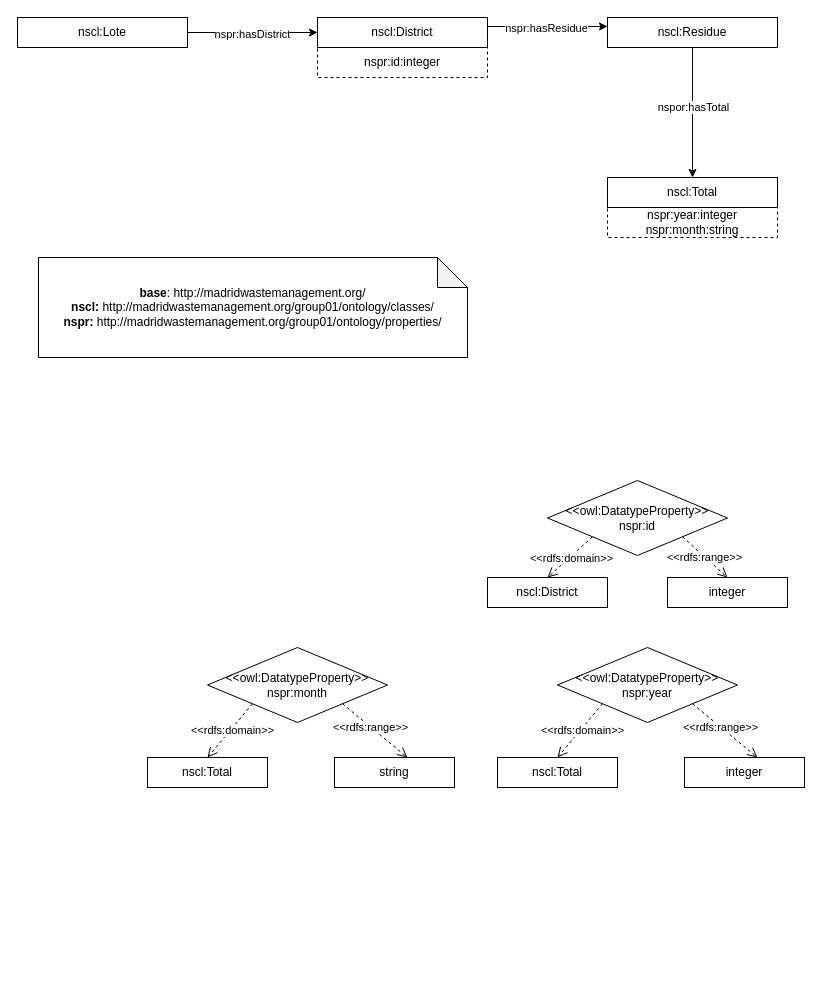
The draw.io diagram HandsOn/Group01/ontology/WasteManagement.drawio in FacultadInformatica-LinkedData/Curso2023-2024-ODKG, before the edit. Source tidied: cells renumbered, new cells numbered last; positions are measured from the earlier drawing's top-left corner, leaving out a move shared by most shapes. Both pictures are drawn from the tidied source at 100%, with x=0, y=0 at pixel (17, 17).
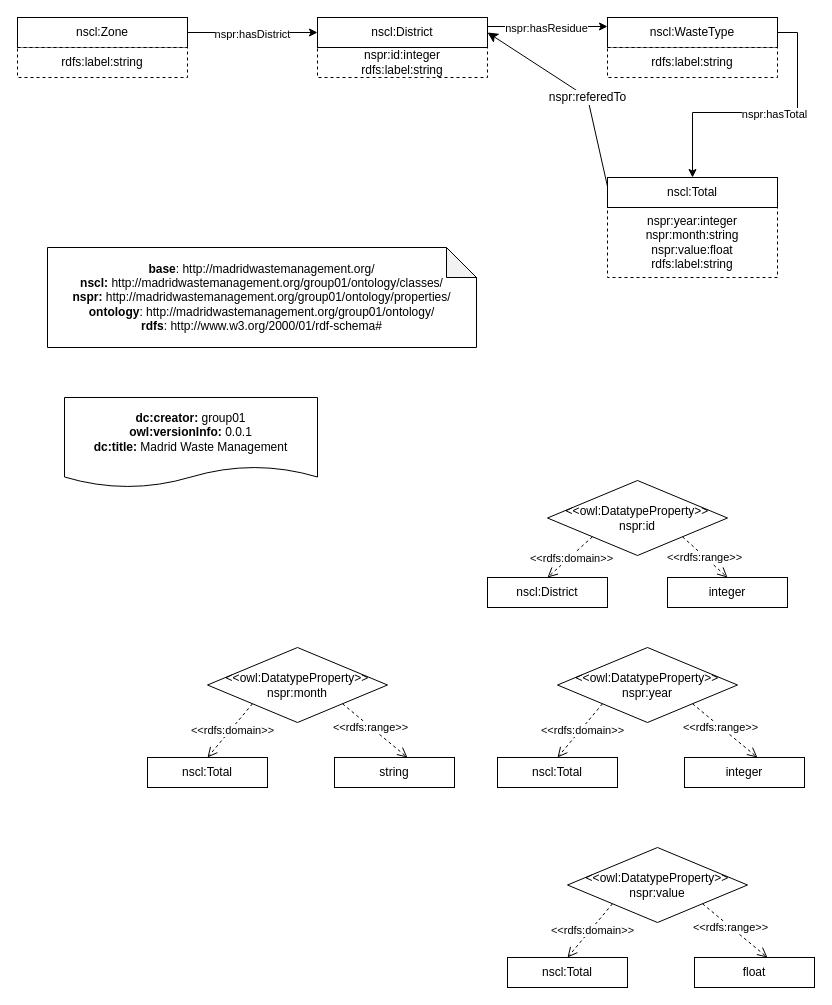
The same page after the edit.

Commit message (it also covers changes not shown here):
update ontology ttl, diagram and example

The change refers to these unchanged cells:
```xml
<mxCell id="3" value="nscl:District" style="rounded=0;whiteSpace=wrap;html=1;snapToPoint=1;points=[[0.1,0],[0.2,0],[0.3,0],[0.4,0],[0.5,0],[0.6,0],[0.7,0],[0.8,0],[0.9,0],[0,0.1],[0,0.3],[0,0.5],[0,0.7],[0,0.9],[0.1,1],[0.2,1],[0.3,1],[0.4,1],[0.5,1],[0.6,1],[0.7,1],[0.8,1],[0.9,1],[1,0.1],[1,0.3],[1,0.5],[1,0.7],[1,0.9]];" parent="1" vertex="1">
  <mxGeometry x="300" width="170" height="30" as="geometry" />
</mxCell>
<mxCell id="10" value="nscl:Total" style="rounded=0;whiteSpace=wrap;html=1;snapToPoint=1;points=[[0.1,0],[0.2,0],[0.3,0],[0.4,0],[0.5,0],[0.6,0],[0.7,0],[0.8,0],[0.9,0],[0,0.1],[0,0.3],[0,0.5],[0,0.7],[0,0.9],[0.1,1],[0.2,1],[0.3,1],[0.4,1],[0.5,1],[0.6,1],[0.7,1],[0.8,1],[0.9,1],[1,0.1],[1,0.3],[1,0.5],[1,0.7],[1,0.9]];" parent="1" vertex="1">
  <mxGeometry x="590" y="160" width="170" height="30" as="geometry" />
</mxCell>
```

What changed in the source:
```diff
@@
-    <mxCell id="2" value="nspr:id:integer" style="rounded=0;whiteSpace=wrap;html=1;dashed=1;" parent="1" vertex="1">
+    <mxCell id="2" value="nspr:id:integer&lt;br&gt;rdfs:label:string" style="rounded=0;whiteSpace=wrap;html=1;dashed=1;" parent="1" vertex="1">
       <mxGeometry x="300" y="30" width="170" height="30" as="geometry" />
     </mxCell>
@@
-    <mxCell id="4" style="edgeStyle=orthogonalEdgeStyle;rounded=0;jettySize=auto;html=1;entryX=0.5;entryY=0;entryDx=0;entryDy=0;exitX=0.5;exitY=1;exitDx=0;exitDy=0;" parent="1" edge="1" source="6" target="10">
+    <mxCell id="4" style="edgeStyle=orthogonalEdgeStyle;rounded=0;jettySize=auto;html=1;entryX=0.5;entryY=0;entryDx=0;entryDy=0;exitX=1;exitY=0.5;exitDx=0;exitDy=0;" parent="1" edge="1" source="6" target="10">
       <mxGeometry relative="1" as="geometry" />
     </mxCell>
-    <mxCell id="5" value="nspor:hasTotal" style="edgeLabel;html=1;align=center;verticalAlign=middle;" parent="4" vertex="1">
+    <mxCell id="5" value="nspr:hasTotal" style="edgeLabel;html=1;align=center;verticalAlign=middle;" parent="4" vertex="1">
       <mxGeometry x="-0.09" y="1" relative="1" as="geometry">
         <mxPoint x="-1" as="offset" />
       </mxGeometry>
     </mxCell>
-    <mxCell id="6" value="nscl:Residue" style="rounded=0;whiteSpace=wrap;html=1;snapToPoint=1;points=[[0.1,0],[0.2,0],[0.3,0],[0.4,0],[0.5,0],[0.6,0],[0.7,0],[0.8,0],[0.9,0],[0,0.1],[0,0.3],[0,0.5],[0,0.7],[0,0.9],[0.1,1],[0.2,1],[0.3,1],[0.4,1],[0.5,1],[0.6,1],[0.7,1],[0.8,1],[0.9,1],[1,0.1],[1,0.3],[1,0.5],[1,0.7],[1,0.9]];" parent="1" vertex="1">
+    <mxCell id="6" value="nscl:WasteType" style="rounded=0;whiteSpace=wrap;html=1;snapToPoint=1;points=[[0.1,0],[0.2,0],[0.3,0],[0.4,0],[0.5,0],[0.6,0],[0.7,0],[0.8,0],[0.9,0],[0,0.1],[0,0.3],[0,0.5],[0,0.7],[0,0.9],[0.1,1],[0.2,1],[0.3,1],[0.4,1],[0.5,1],[0.6,1],[0.7,1],[0.8,1],[0.9,1],[1,0.1],[1,0.3],[1,0.5],[1,0.7],[1,0.9]];" parent="1" vertex="1">
       <mxGeometry x="590" width="170" height="30" as="geometry" />
     </mxCell>
@@
-    <mxCell id="9" value="nspr:year:integer&lt;br&gt;nspr:month:string" style="rounded=0;whiteSpace=wrap;html=1;dashed=1;" parent="1" vertex="1">
-      <mxGeometry x="590" y="190" width="170" height="30" as="geometry" />
+    <mxCell id="9" value="nspr:year:integer&lt;br&gt;nspr:month:string&lt;br&gt;nspr:value:float&lt;br&gt;rdfs:label:string" style="rounded=0;whiteSpace=wrap;html=1;dashed=1;" parent="1" vertex="1">
+      <mxGeometry x="590" y="190" width="170" height="70" as="geometry" />
     </mxCell>
@@
-    <mxCell id="13" value="nscl:Lote" style="rounded=0;whiteSpace=wrap;html=1;snapToPoint=1;points=[[0.1,0],[0.2,0],[0.3,0],[0.4,0],[0.5,0],[0.6,0],[0.7,0],[0.8,0],[0.9,0],[0,0.1],[0,0.3],[0,0.5],[0,0.7],[0,0.9],[0.1,1],[0.2,1],[0.3,1],[0.4,1],[0.5,1],[0.6,1],[0.7,1],[0.8,1],[0.9,1],[1,0.1],[1,0.3],[1,0.5],[1,0.7],[1,0.9]];" parent="1" vertex="1">
+    <mxCell id="13" value="nscl:Zone" style="rounded=0;whiteSpace=wrap;html=1;snapToPoint=1;points=[[0.1,0],[0.2,0],[0.3,0],[0.4,0],[0.5,0],[0.6,0],[0.7,0],[0.8,0],[0.9,0],[0,0.1],[0,0.3],[0,0.5],[0,0.7],[0,0.9],[0.1,1],[0.2,1],[0.3,1],[0.4,1],[0.5,1],[0.6,1],[0.7,1],[0.8,1],[0.9,1],[1,0.1],[1,0.3],[1,0.5],[1,0.7],[1,0.9]];" parent="1" vertex="1">
       <mxGeometry width="170" height="30" as="geometry" />
     </mxCell>
-    <mxCell id="14" value="&lt;div&gt;&lt;b&gt;base&lt;/b&gt;: http://madridwastemanagement.org/&lt;/div&gt;&lt;div&gt;&lt;b style=&quot;background-color: initial;&quot;&gt;nscl:&lt;/b&gt;&lt;span style=&quot;background-color: initial;&quot;&gt;&amp;nbsp;&lt;/span&gt;http://madridwastemanagement.org/group01/ontology/classes/&lt;/div&gt;&lt;div&gt;&lt;b&gt;nspr:&amp;nbsp;&lt;/b&gt;http://madridwastemanagement.org/group01/ontology/properties/&lt;/div&gt;" style="shape=note;whiteSpace=wrap;html=1;backgroundOutline=1;darkOpacity=0.05;" parent="1" vertex="1">
-      <mxGeometry x="21" y="240" width="429" height="100" as="geometry" />
+    <mxCell id="14" value="&lt;div&gt;&lt;b&gt;base&lt;/b&gt;: http://madridwastemanagement.org/&lt;/div&gt;&lt;div&gt;&lt;b style=&quot;background-color: initial;&quot;&gt;nscl:&lt;/b&gt;&lt;span style=&quot;background-color: initial;&quot;&gt;&amp;nbsp;&lt;/span&gt;http://madridwastemanagement.org/group01/ontology/classes/&lt;/div&gt;&lt;div&gt;&lt;b&gt;nspr:&amp;nbsp;&lt;/b&gt;http://madridwastemanagement.org/group01/ontology/properties/&lt;/div&gt;&lt;div&gt;&lt;b&gt;ontology&lt;/b&gt;:&amp;nbsp;http://madridwastemanagement.org/group01/ontology/&lt;/div&gt;&lt;div&gt;&lt;span style=&quot;background-color: initial;&quot;&gt;&lt;b&gt;rdfs&lt;/b&gt;: http://www.w3.org/2000/01/rdf-schema#&lt;br&gt;&lt;/span&gt;&lt;/div&gt;" style="shape=note;whiteSpace=wrap;html=1;backgroundOutline=1;darkOpacity=0.05;" parent="1" vertex="1">
+      <mxGeometry x="30" y="230" width="429" height="100" as="geometry" />
     </mxCell>
@@
+    <mxCell id="36" value="&lt;div&gt;&lt;b&gt;dc:creator:&lt;/b&gt;&amp;nbsp;group01&lt;/div&gt;&lt;div&gt;&lt;b&gt;owl:versionInfo:&lt;/b&gt; 0.0.1&lt;/div&gt;&lt;div&gt;&lt;b&gt;dc:title:&lt;/b&gt;&amp;nbsp;Madrid Waste Management&lt;/div&gt;" style="shape=document;whiteSpace=wrap;html=1;boundedLbl=1;labelBackgroundColor=#ffffff;strokeColor=#000000;fontSize=12;fontColor=#000000;size=0.23333333333333334;" parent="1" vertex="1">
+      <mxGeometry x="47" y="380" width="253" height="90" as="geometry" />
+    </mxCell>
+    <mxCell id="37" style="endArrow=classic;html=1;entryX=1;entryY=0.5;entryDx=0;entryDy=0;endSize=8;arcSize=0;rounded=0;exitX=0;exitY=0.3;exitDx=0;exitDy=0;" parent="1" edge="1" source="10" target="3">
+      <mxGeometry relative="1" as="geometry">
+        <Array as="points">
+          <mxPoint x="570" y="80" />
+        </Array>
+      </mxGeometry>
+    </mxCell>
+    <mxCell id="38" value="nspr:referedTo" style="text;html=1;align=center;verticalAlign=middle;labelBackgroundColor=#ffffff;" parent="37" vertex="1">
+      <mxGeometry x="-0.13" relative="1" as="geometry" />
+    </mxCell>
+    <mxCell id="39" value="rdfs:label:string" style="rounded=0;whiteSpace=wrap;html=1;dashed=1;" parent="1" vertex="1">
+      <mxGeometry x="590" y="30" width="170" height="30" as="geometry" />
+    </mxCell>
+    <mxCell id="40" value="rdfs:label:string" style="rounded=0;whiteSpace=wrap;html=1;dashed=1;" parent="1" vertex="1">
+      <mxGeometry y="30" width="170" height="30" as="geometry" />
+    </mxCell>
+    <mxCell id="41" value="&lt;div&gt;&amp;lt;&amp;lt;owl:DatatypeProperty&amp;gt;&amp;gt; nspr:value&lt;br&gt;&lt;/div&gt;" style="rhombus;whiteSpace=wrap;html=1;" parent="1" vertex="1">
+      <mxGeometry x="550" y="830" width="180" height="75" as="geometry" />
+    </mxCell>
+    <mxCell id="42" style="endArrow=open;html=1;fontColor=#000099;endFill=0;dashed=1;entryX=0.608;entryY=0;entryDx=0;entryDy=0;endSize=8;arcSize=0;exitX=1;exitY=1;exitDx=0;exitDy=0;rounded=0;entryPerimeter=0;" parent="1" edge="1" source="41" target="47">
+      <mxGeometry relative="1" as="geometry" />
+    </mxCell>
+    <mxCell id="43" value="&lt;div&gt;&amp;lt;&amp;lt;rdfs:range&amp;gt;&amp;gt;&lt;/div&gt;" style="edgeLabel;html=1;align=center;verticalAlign=middle;" parent="42" vertex="1">
+      <mxGeometry x="-0.35" y="-1" relative="1" as="geometry">
+        <mxPoint x="7.8" y="5.6" as="offset" />
+      </mxGeometry>
+    </mxCell>
+    <mxCell id="44" style="endArrow=open;html=1;fontColor=#000099;endFill=0;dashed=1;endSize=8;arcSize=0;exitX=0;exitY=1;exitDx=0;exitDy=0;rounded=0;entryX=0.5;entryY=0;entryDx=0;entryDy=0;" parent="1" edge="1" source="41" target="46">
+      <mxGeometry relative="1" as="geometry" />
+    </mxCell>
+    <mxCell id="45" value="&lt;div&gt;&amp;lt;&amp;lt;rdfs:domain&amp;gt;&amp;gt;&lt;/div&gt;" style="edgeLabel;html=1;align=center;verticalAlign=middle;" parent="44" vertex="1">
+      <mxGeometry x="-0.06" y="2" relative="1" as="geometry">
+        <mxPoint x="-1" as="offset" />
+      </mxGeometry>
+    </mxCell>
+    <mxCell id="46" value="nscl:Total" style="rounded=0;whiteSpace=wrap;html=1;snapToPoint=1;points=[[0.1,0],[0.2,0],[0.3,0],[0.4,0],[0.5,0],[0.6,0],[0.7,0],[0.8,0],[0.9,0],[0,0.1],[0,0.3],[0,0.5],[0,0.7],[0,0.9],[0.1,1],[0.2,1],[0.3,1],[0.4,1],[0.5,1],[0.6,1],[0.7,1],[0.8,1],[0.9,1],[1,0.1],[1,0.3],[1,0.5],[1,0.7],[1,0.9]];" parent="1" vertex="1">
+      <mxGeometry x="490" y="940" width="120" height="30" as="geometry" />
+    </mxCell>
+    <mxCell id="47" value="float" style="rounded=0;whiteSpace=wrap;html=1;snapToPoint=1;points=[[0.1,0],[0.2,0],[0.3,0],[0.4,0],[0.5,0],[0.6,0],[0.7,0],[0.8,0],[0.9,0],[0,0.1],[0,0.3],[0,0.5],[0,0.7],[0,0.9],[0.1,1],[0.2,1],[0.3,1],[0.4,1],[0.5,1],[0.6,1],[0.7,1],[0.8,1],[0.9,1],[1,0.1],[1,0.3],[1,0.5],[1,0.7],[1,0.9]];" parent="1" vertex="1">
+      <mxGeometry x="677" y="940" width="120" height="30" as="geometry" />
+    </mxCell>
```
